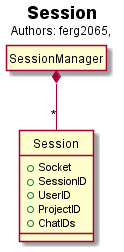
Earlier version of the PlantUML export hw3/Server/server_session.png (voxelv/sQuire_kw).
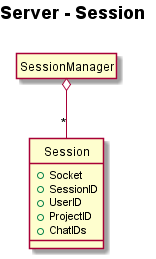
Above is the later version.

Change to the diagram source:
```diff
@@ -2,7 +2,7 @@
 hide circle
 hide empty members
 
-Title <b>Session</b>\n<size:12>Authors: ferg2065, </size>
+Title <b>Server - Session</b>\n
 
 class "SessionManager" as sqs_se_m
 class "Session" as sqs_se{
@@ -13,8 +13,7 @@
 	+ChatIDs
 	}
 
-
-sqs_se_m *-- "*" sqs_se
+sqs_se_m o-- "*" sqs_se
 
 
 @enduml
```
